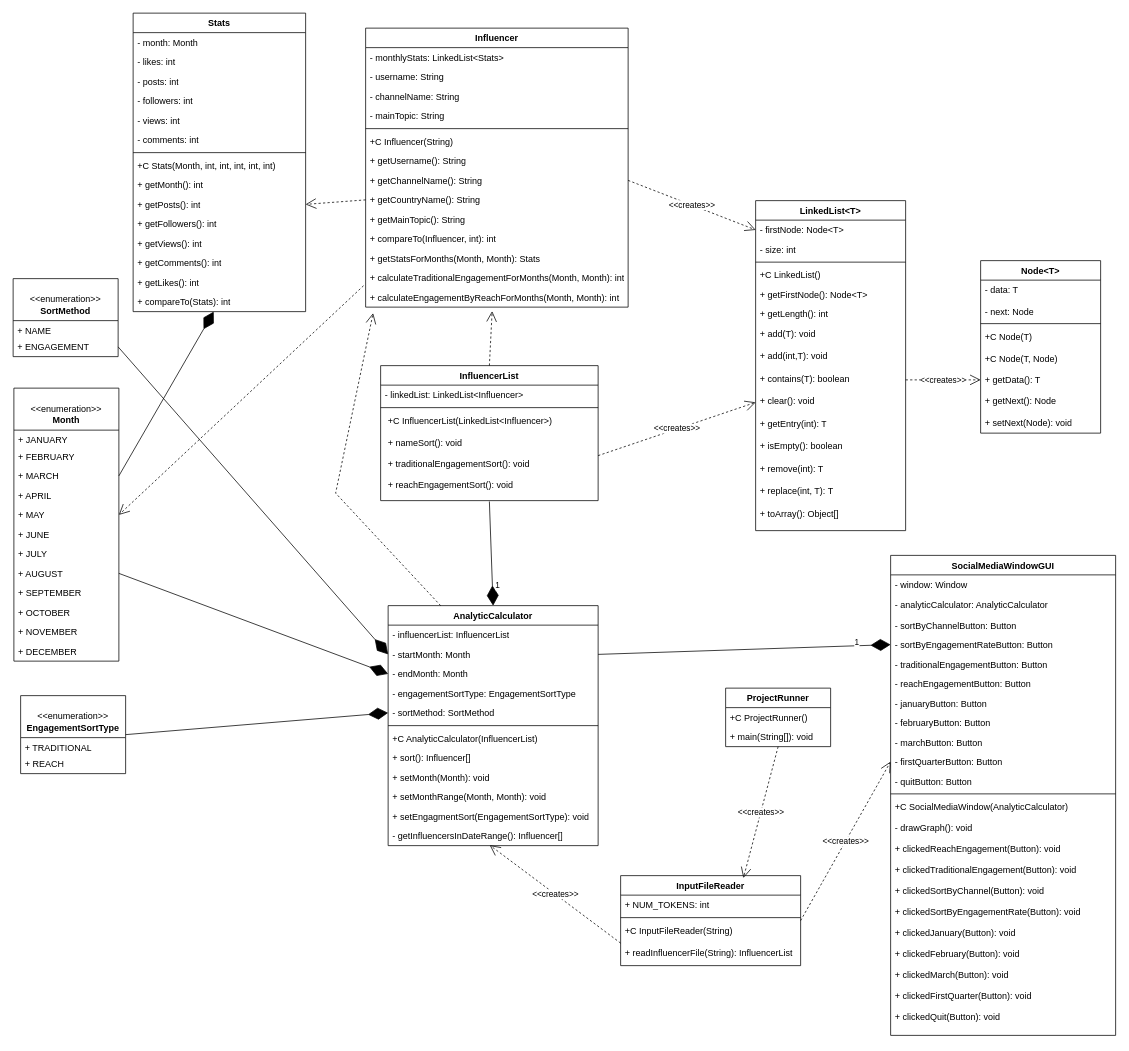
This is Project5_UML.drawio from joshuap00/Prj5_UML, a draw.io file, before an edit. Source tidied: cells renumbered, new cells numbered last; positions are measured from the earlier drawing's top-left corner, leaving out a move shared by most shapes. Both pictures are drawn from the tidied source at 75%, with x=0, y=0 at pixel (13, 13).
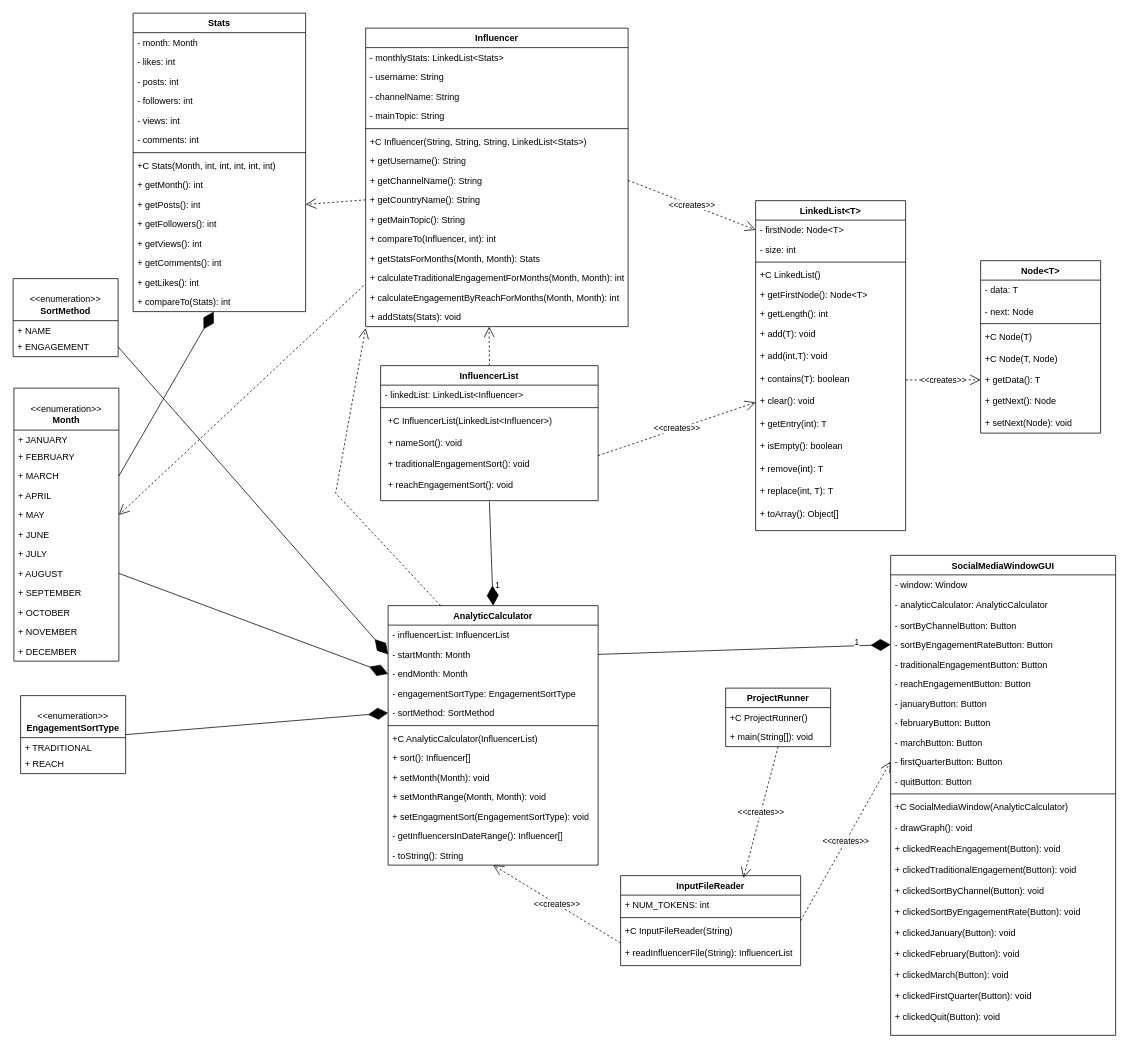
The same diagram, later.

Unchanged cells that the change refers to:
```xml
<mxCell id="16" value="+ calculateEngagementByReachForMonths(Month, Month): int" style="text;strokeColor=none;fillColor=none;align=left;verticalAlign=top;spacingLeft=4;spacingRight=4;overflow=hidden;points=[[0,0.5],[1,0.5]];portConstraint=eastwest;whiteSpace=wrap;html=1;" parent="2" vertex="1">
  <mxGeometry y="346" width="350" height="26" as="geometry" />
</mxCell>
<mxCell id="36" value="&lt;div&gt;+C InputFileReader(String)&lt;/div&gt;&lt;div&gt;&lt;br&gt;&lt;/div&gt;+ readInfluencerFile(String): InfluencerList&lt;div&gt;&lt;div&gt;&lt;br&gt;&lt;/div&gt;&lt;/div&gt;" style="text;strokeColor=none;fillColor=none;align=left;verticalAlign=top;spacingLeft=4;spacingRight=4;overflow=hidden;points=[[0,0.5],[1,0.5]];portConstraint=eastwest;whiteSpace=wrap;html=1;" parent="33" vertex="1">
  <mxGeometry y="60" width="240" height="60" as="geometry" />
</mxCell>
<mxCell id="62" value="- getInfluencersInDateRange(): Influencer[]" style="text;strokeColor=none;fillColor=none;align=left;verticalAlign=top;spacingLeft=4;spacingRight=4;overflow=hidden;points=[[0,0.5],[1,0.5]];portConstraint=eastwest;whiteSpace=wrap;html=1;" parent="50" vertex="1">
  <mxGeometry y="294" width="280" height="26" as="geometry" />
</mxCell>
<mxCell id="96" value="InfluencerList" style="swimlane;fontStyle=1;align=center;verticalAlign=top;horizontal=1;startSize=26;whiteSpace=wrap;html=1;" parent="1" vertex="1">
  <mxGeometry x="490" y="470" width="290" height="180" as="geometry" />
</mxCell>
```

Diff of the diagram source:
```diff
@@
     <mxCell id="2" value="Influencer" style="swimlane;fontStyle=1;align=center;verticalAlign=top;horizontal=1;startSize=26;rounded=0;shadow=0;strokeWidth=1;labelBackgroundColor=default;" parent="1" vertex="1">
-      <mxGeometry x="470" y="20" width="350" height="372" as="geometry" />
+      <mxGeometry x="470" y="20" width="350" height="398" as="geometry" />
     </mxCell>
@@
-    <mxCell id="8" value="+C Influencer(String)" style="text;strokeColor=none;fillColor=none;align=left;verticalAlign=top;spacingLeft=4;spacingRight=4;overflow=hidden;whiteSpace=wrap;html=1;" parent="2" vertex="1">
+    <mxCell id="8" value="+C Influencer(String, String, String, LinkedList&amp;lt;Stats&amp;gt;)" style="text;strokeColor=none;fillColor=none;align=left;verticalAlign=top;spacingLeft=4;spacingRight=4;overflow=hidden;whiteSpace=wrap;html=1;" parent="2" vertex="1">
       <mxGeometry y="138" width="350" height="26" as="geometry" />
     </mxCell>
@@
+    <mxCell id="128" value="+ addStats(Stats): void" style="text;strokeColor=none;fillColor=none;align=left;verticalAlign=top;spacingLeft=4;spacingRight=4;overflow=hidden;whiteSpace=wrap;html=1;" parent="2" vertex="1">
+      <mxGeometry y="372" width="350" height="26" as="geometry" />
+    </mxCell>
@@
     <mxCell id="50" value="AnalyticCalculator" style="swimlane;fontStyle=1;align=center;verticalAlign=top;horizontal=1;startSize=26;whiteSpace=wrap;html=1;" parent="1" vertex="1">
-      <mxGeometry x="500" y="790" width="280" height="320" as="geometry" />
+      <mxGeometry x="500" y="790" width="280" height="346" as="geometry" />
     </mxCell>
@@
+    <mxCell id="129" value="- toString(): String" style="text;strokeColor=none;fillColor=none;align=left;verticalAlign=top;spacingLeft=4;spacingRight=4;overflow=hidden;whiteSpace=wrap;html=1;" parent="50" vertex="1">
+      <mxGeometry y="320" width="280" height="26" as="geometry" />
+    </mxCell>
@@
-    <mxCell id="113" value="&amp;lt;&amp;lt;creates&amp;gt;&amp;gt;" style="endArrow=open;endSize=12;dashed=1;html=1;rounded=0;exitX=0;exitY=0.5;exitDx=0;exitDy=0;entryX=0.484;entryY=0.978;entryDx=0;entryDy=0;entryPerimeter=0;" parent="1" edge="1" source="36" target="62">
+    <mxCell id="113" value="&amp;lt;&amp;lt;creates&amp;gt;&amp;gt;" style="endArrow=open;endSize=12;dashed=1;html=1;rounded=0;exitX=0;exitY=0.5;exitDx=0;exitDy=0;entryX=0.5;entryY=1;entryDx=0;entryDy=0;" parent="1" edge="1" source="36" target="50">
       <mxGeometry relative="1" as="geometry" />
     </mxCell>
@@
     <mxCell id="120" style="endArrow=open;endSize=12;dashed=1;html=1;rounded=0;exitX=0.25;exitY=0;exitDx=0;exitDy=0;" parent="1" edge="1" source="50">
       <mxGeometry relative="1" as="geometry">
-        <mxPoint x="480" y="400" as="targetPoint" />
+        <mxPoint x="470" y="420" as="targetPoint" />
         <Array as="points">
           <mxPoint x="430" y="640" />
         </Array>
       </mxGeometry>
     </mxCell>
@@
-    <mxCell id="127" style="endArrow=open;endSize=12;dashed=1;html=1;rounded=0;entryX=0.482;entryY=1.206;entryDx=0;entryDy=0;entryPerimeter=0;exitX=0.5;exitY=0;exitDx=0;exitDy=0;" parent="1" edge="1" source="96" target="16">
-      <mxGeometry relative="1" as="geometry" />
+    <mxCell id="127" style="endArrow=open;endSize=12;dashed=1;html=1;rounded=0;exitX=0.5;exitY=0;exitDx=0;exitDy=0;" parent="1" edge="1" source="96">
+      <mxGeometry relative="1" as="geometry">
+        <mxPoint x="634.7" y="418" as="targetPoint" />
+      </mxGeometry>
     </mxCell>
```
